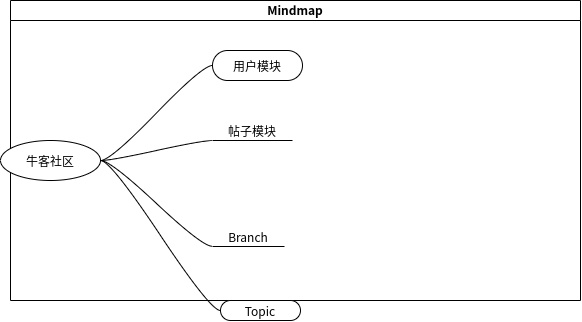
Above: 牛客社区.drawio.png in rayliu445/blogImage (draw.io), before the change. Source tidied: cells renumbered, new cells last; positions are measured from the earlier drawing's top-left corner, leaving out a move shared by most shapes.
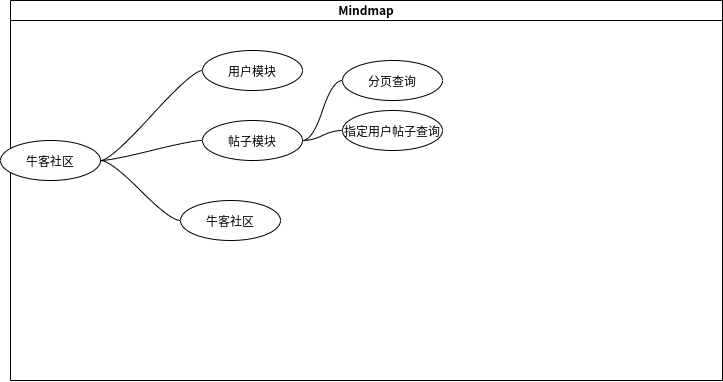
Later version of the same file.

Diff of the diagram source:
```diff
@@ -3,34 +3,40 @@
     <mxCell id="0" />
     <mxCell id="1" parent="0" />
     <mxCell id="2" value="Mindmap" style="swimlane;startSize=20;horizontal=1;containerType=tree;" parent="1" vertex="1">
-      <mxGeometry x="10" width="570" height="300" as="geometry" />
+      <mxGeometry x="10" width="712" height="380" as="geometry" />
     </mxCell>
-    <mxCell id="3" style="edgeStyle=entityRelationEdgeStyle;startArrow=none;endArrow=none;segment=10;curved=1;rounded=0;" parent="2" edge="1" source="6" target="7">
-      <mxGeometry relative="1" as="geometry" />
-    </mxCell>
+    <mxCell id="6" value="牛客社区&lt;br&gt;" style="ellipse;whiteSpace=wrap;html=1;align=center;newEdgeStyle={&quot;edgeStyle&quot;:&quot;entityRelationEdgeStyle&quot;,&quot;startArrow&quot;:&quot;none&quot;,&quot;endArrow&quot;:&quot;none&quot;,&quot;segment&quot;:10,&quot;curved&quot;:1};" parent="2" vertex="1">
+      <mxGeometry x="-10" y="140" width="100" height="40" as="geometry" />
+    </mxCell>
-    <mxCell id="4" style="edgeStyle=entityRelationEdgeStyle;startArrow=none;endArrow=none;segment=10;curved=1;rounded=0;" parent="2" edge="1" source="6" target="8">
+    <mxCell id="4" style="edgeStyle=entityRelationEdgeStyle;rounded=0;jettySize=auto;html=1;startArrow=none;endArrow=none;segment=10;curved=1;" parent="2" edge="1" source="6" target="8">
       <mxGeometry relative="1" as="geometry" />
     </mxCell>
+    <mxCell id="8" value="用户模块" style="ellipse;whiteSpace=wrap;html=1;align=center;newEdgeStyle={&quot;edgeStyle&quot;:&quot;entityRelationEdgeStyle&quot;,&quot;startArrow&quot;:&quot;none&quot;,&quot;endArrow&quot;:&quot;none&quot;,&quot;segment&quot;:10,&quot;curved&quot;:1};" parent="2" vertex="1">
+      <mxGeometry x="192" y="50" width="100" height="40" as="geometry" />
+    </mxCell>
-    <mxCell id="5" style="edgeStyle=entityRelationEdgeStyle;startArrow=none;endArrow=none;segment=10;curved=1;rounded=0;" parent="2" edge="1" source="6" target="9">
+    <mxCell id="5" style="edgeStyle=entityRelationEdgeStyle;rounded=0;jettySize=auto;html=1;startArrow=none;endArrow=none;segment=10;curved=1;" parent="2" edge="1" source="6" target="9">
       <mxGeometry relative="1" as="geometry" />
     </mxCell>
-    <mxCell id="6" value="牛客社区&lt;br&gt;" style="ellipse;whiteSpace=wrap;html=1;align=center;newEdgeStyle={&quot;edgeStyle&quot;:&quot;entityRelationEdgeStyle&quot;,&quot;startArrow&quot;:&quot;none&quot;,&quot;endArrow&quot;:&quot;none&quot;,&quot;segment&quot;:10,&quot;curved&quot;:1};" parent="2" vertex="1">
-      <mxGeometry x="-10" y="140" width="100" height="40" as="geometry" />
-    </mxCell>
-    <mxCell id="7" value="Branch" style="whiteSpace=wrap;html=1;shape=partialRectangle;top=0;left=0;bottom=1;right=0;points=[[0,1],[1,1]];fillColor=none;align=center;verticalAlign=bottom;routingCenterY=0.5;snapToPoint=1;newEdgeStyle={&quot;edgeStyle&quot;:&quot;entityRelationEdgeStyle&quot;,&quot;startArrow&quot;:&quot;none&quot;,&quot;endArrow&quot;:&quot;none&quot;,&quot;segment&quot;:10,&quot;curved&quot;:1};" parent="2" vertex="1">
-      <mxGeometry x="202" y="220" width="72" height="26" as="geometry" />
-    </mxCell>
-    <mxCell id="8" value="用户模块" style="whiteSpace=wrap;html=1;rounded=1;arcSize=50;align=center;verticalAlign=middle;strokeWidth=1;spacing=4;newEdgeStyle={&quot;edgeStyle&quot;:&quot;entityRelationEdgeStyle&quot;,&quot;startArrow&quot;:&quot;none&quot;,&quot;endArrow&quot;:&quot;none&quot;,&quot;segment&quot;:10,&quot;curved&quot;:1};" parent="2" vertex="1">
-      <mxGeometry x="202" y="50" width="90" height="30" as="geometry" />
-    </mxCell>
-    <mxCell id="9" value="帖子模块" style="whiteSpace=wrap;html=1;shape=partialRectangle;top=0;left=0;bottom=1;right=0;points=[[0,1],[1,1]];fillColor=none;align=center;verticalAlign=bottom;routingCenterY=0.5;snapToPoint=1;newEdgeStyle={&quot;edgeStyle&quot;:&quot;entityRelationEdgeStyle&quot;,&quot;startArrow&quot;:&quot;none&quot;,&quot;endArrow&quot;:&quot;none&quot;,&quot;segment&quot;:10,&quot;curved&quot;:1};" parent="2" vertex="1">
-      <mxGeometry x="202" y="130" width="80" height="10" as="geometry" />
+    <mxCell id="9" value="帖子模块" style="ellipse;whiteSpace=wrap;html=1;align=center;newEdgeStyle={&quot;edgeStyle&quot;:&quot;entityRelationEdgeStyle&quot;,&quot;startArrow&quot;:&quot;none&quot;,&quot;endArrow&quot;:&quot;none&quot;,&quot;segment&quot;:10,&quot;curved&quot;:1};" parent="2" vertex="1">
+      <mxGeometry x="192" y="120" width="100" height="40" as="geometry" />
     </mxCell>
-    <mxCell id="10" value="Topic" style="whiteSpace=wrap;html=1;rounded=1;arcSize=50;align=center;verticalAlign=middle;strokeWidth=1;spacing=4;newEdgeStyle={&quot;edgeStyle&quot;:&quot;entityRelationEdgeStyle&quot;,&quot;startArrow&quot;:&quot;none&quot;,&quot;endArrow&quot;:&quot;none&quot;,&quot;segment&quot;:10,&quot;curved&quot;:1};" parent="1" vertex="1">
-      <mxGeometry x="220" y="300" width="80" height="20" as="geometry" />
-    </mxCell>
-    <mxCell id="11" style="edgeStyle=entityRelationEdgeStyle;startArrow=none;endArrow=none;segment=10;curved=1;rounded=0;" parent="1" edge="1" source="6" target="10">
-      <mxGeometry relative="1" as="geometry" />
-    </mxCell>
+    <mxCell id="12" style="edgeStyle=entityRelationEdgeStyle;rounded=0;jettySize=auto;html=1;startArrow=none;endArrow=none;segment=10;curved=1;" parent="2" edge="1" source="6" target="13">
+      <mxGeometry relative="1" as="geometry" />
+    </mxCell>
+    <mxCell id="13" value="牛客社区&lt;br&gt;" style="ellipse;whiteSpace=wrap;html=1;align=center;newEdgeStyle={&quot;edgeStyle&quot;:&quot;entityRelationEdgeStyle&quot;,&quot;startArrow&quot;:&quot;none&quot;,&quot;endArrow&quot;:&quot;none&quot;,&quot;segment&quot;:10,&quot;curved&quot;:1};" parent="2" vertex="1">
+      <mxGeometry x="170" y="200" width="100" height="40" as="geometry" />
+    </mxCell>
+    <mxCell id="14" style="edgeStyle=entityRelationEdgeStyle;rounded=0;jettySize=auto;html=1;startArrow=none;endArrow=none;segment=10;curved=1;" parent="2" edge="1" source="9" target="15">
+      <mxGeometry relative="1" as="geometry" />
+    </mxCell>
+    <mxCell id="15" value="分页查询" style="ellipse;whiteSpace=wrap;html=1;align=center;newEdgeStyle={&quot;edgeStyle&quot;:&quot;entityRelationEdgeStyle&quot;,&quot;startArrow&quot;:&quot;none&quot;,&quot;endArrow&quot;:&quot;none&quot;,&quot;segment&quot;:10,&quot;curved&quot;:1};" parent="2" vertex="1">
+      <mxGeometry x="332" y="60" width="100" height="40" as="geometry" />
+    </mxCell>
+    <mxCell id="16" style="edgeStyle=entityRelationEdgeStyle;rounded=0;jettySize=auto;html=1;startArrow=none;endArrow=none;segment=10;curved=1;" parent="2" edge="1" source="9" target="17">
+      <mxGeometry relative="1" as="geometry" />
+    </mxCell>
+    <mxCell id="17" value="指定用户帖子查询" style="ellipse;whiteSpace=wrap;html=1;align=center;newEdgeStyle={&quot;edgeStyle&quot;:&quot;entityRelationEdgeStyle&quot;,&quot;startArrow&quot;:&quot;none&quot;,&quot;endArrow&quot;:&quot;none&quot;,&quot;segment&quot;:10,&quot;curved&quot;:1};" parent="2" vertex="1">
+      <mxGeometry x="332" y="110" width="100" height="40" as="geometry" />
+    </mxCell>
   </root>
 </mxGraphModel>
```
